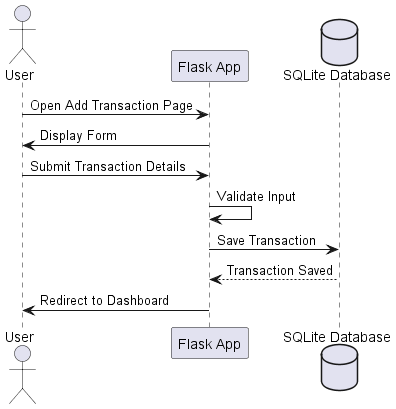
Above: diagrams/out/diagrams/add_transation_sequence/add_transation_sequence.png in lhakpa22/Personal-Finance-management-System (PlantUML), before the change. Source of this version:
```plantuml
@startuml

actor User
participant "Flask App" as App
database "SQLite Database" as DB

User -> App : Open Add Transaction Page
App -> User : Display Form

User -> App : Submit Transaction Details

App -> App : Validate Input

App -> DB : Save Transaction
DB --> App : Transaction Saved

App -> User : Redirect to Dashboard

@enduml
```
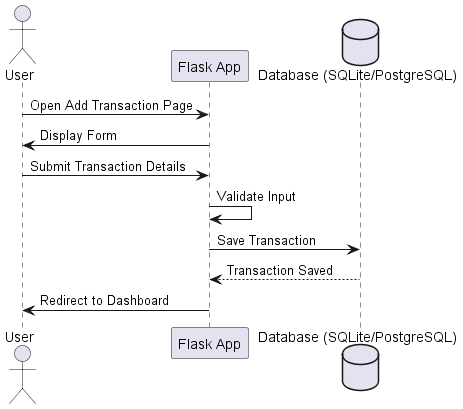
The same file after the commit.

Diff of the diagram source:
```diff
@@ -2,7 +2,7 @@
 
 actor User
 participant "Flask App" as App
-database "SQLite Database" as DB
+database "Database (SQLite/PostgreSQL)" as DB
 
 User -> App : Open Add Transaction Page
 App -> User : Display Form
```
